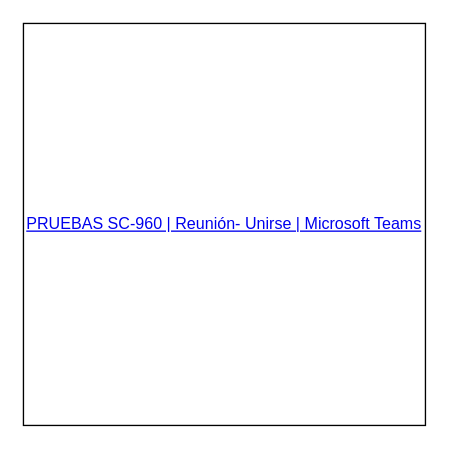
This is Diagrama sin título.drawio from rgil93/Prueba, a draw.io file, before an edit. Source tidied: cells renumbered, new cells numbered last; positions are measured from the earlier drawing's top-left corner, leaving out a move shared by most shapes. Both pictures are drawn from the tidied source at 134%, with x=0, y=0 at pixel (23, 23).
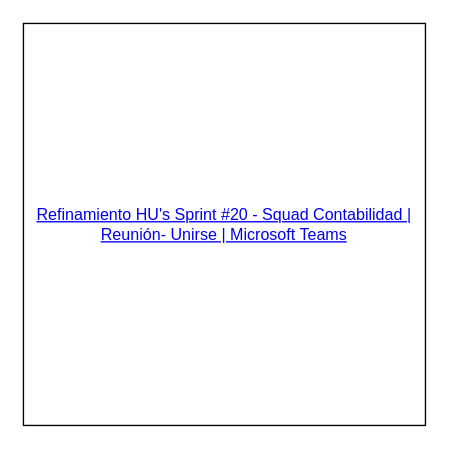
The same page after the edit.

Change to the diagram source:
```diff
@@
 <mxGraphModel>
   <root>
     <mxCell id="0" />
     <mxCell id="1" parent="0" />
-    <mxCell id="2" value="&lt;div&gt;&lt;a dir=&quot;auto&quot; tabindex=&quot;0&quot; rel=&quot;noopener noreferrer&quot; target=&quot;_blank&quot; href=&quot;https://teams.microsoft.com/l/meetup-join/19%253ameeting_N2NkZmYxYTAtOWQ4Mi00YWM2LWE5Y2UtY2VlN2Y0NWMyNzk3%2540thread.v2/0?context=%257b%2522Tid%2522%253a%252210a76712-94f6-46a2-9155-31bd8b76f937%2522%252c%2522Oid%2522%253a%25229a28437b-7672-4e5b-8907-33dcd03e6bcb%2522%257d&quot;&gt;PRUEBAS SC-960 | Reunión- Unirse | Microsoft Teams&lt;/a&gt;&lt;/div&gt;" style="whiteSpace=wrap;html=1;" parent="1" vertex="1">
+    <mxCell id="2" value="&lt;div&gt;&lt;a dir=&quot;auto&quot; tabindex=&quot;0&quot; rel=&quot;noopener noreferrer&quot; target=&quot;_blank&quot; href=&quot;https://teams.microsoft.com/l/meetup-join/19%253ameeting_NzRlYjg3NGYtNDkwMS00N2MwLWIzNjYtMmU3MGQ4OTEyMDhk%2540thread.v2/0?context=%257b%2522Tid%2522%253a%252210a76712-94f6-46a2-9155-31bd8b76f937%2522%252c%2522Oid%2522%253a%2522257b3371-5433-4ced-ae2c-40ed6ea68b44%2522%257d&quot;&gt;Refinamiento HU's Sprint #20 - Squad Contabilidad | Reunión- Unirse | Microsoft Teams&lt;/a&gt;&lt;/div&gt;" style="whiteSpace=wrap;html=1;" parent="1" vertex="1">
       <mxGeometry width="300" height="300" as="geometry" />
     </mxCell>
   </root>
 </mxGraphModel>
```
